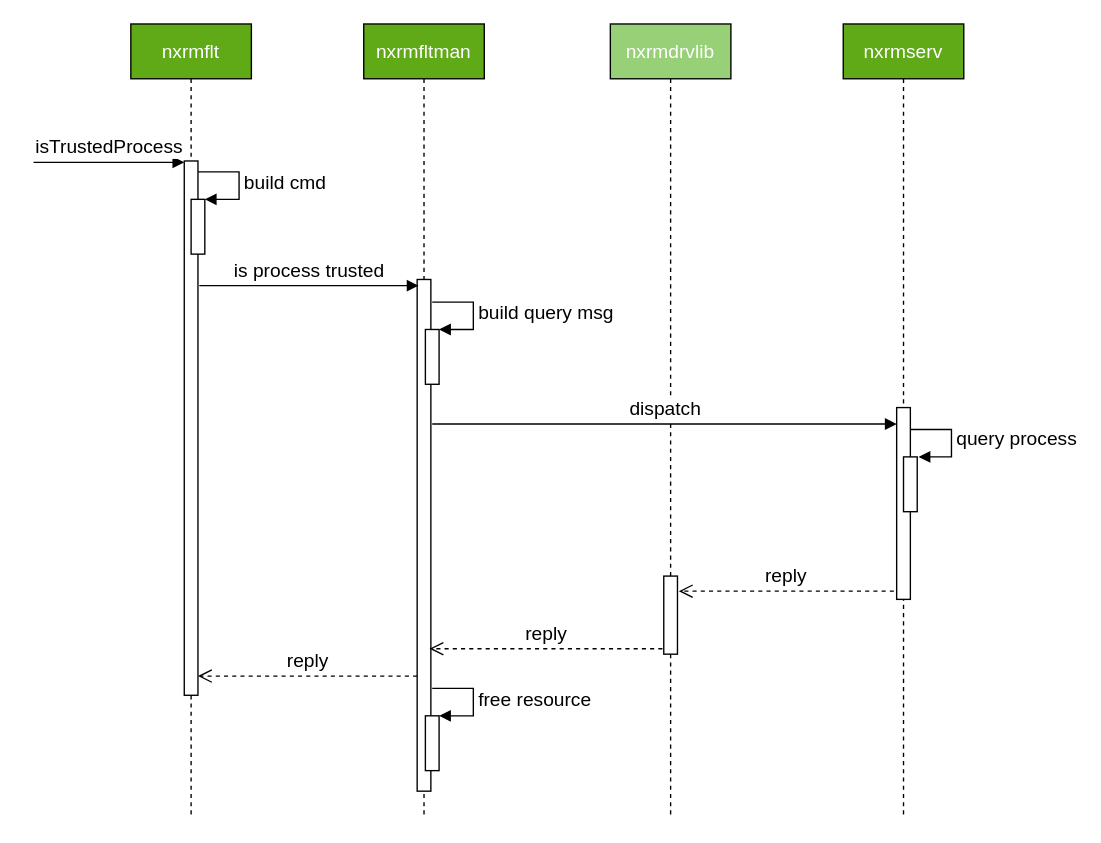
Earlier version of the draw.io diagram page "Page-5" (5 of 5) of ectr_detail.drawio (linfenwen/draw_io). Source tidied: cells renumbered, new cells numbered last; positions are measured from the earlier drawing's top-left corner, leaving out a move shared by most shapes. Both pictures are drawn from the tidied source at 137%, with x=0, y=0 at pixel (33, 23).
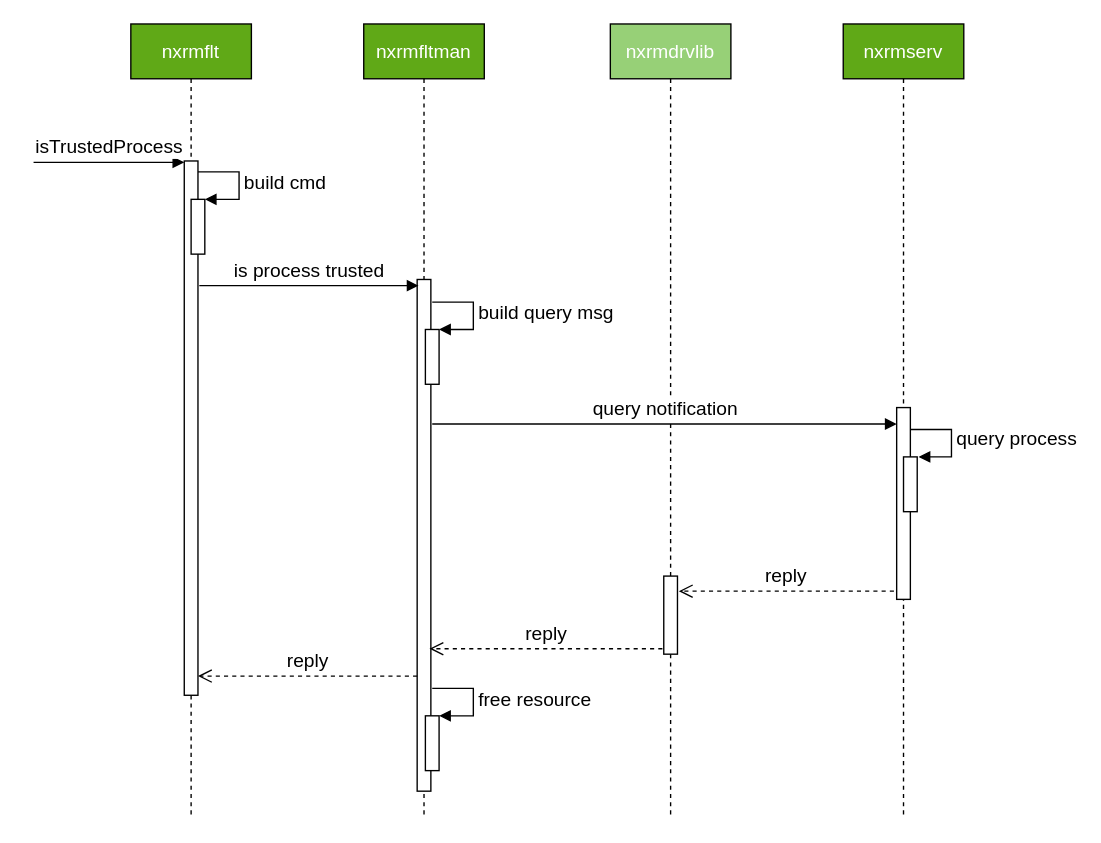
The same page after the edit.

Diff of the diagram source:
```diff
@@
-    <mxCell id="18" value="dispatch" style="html=1;verticalAlign=bottom;endArrow=block;rounded=0;fontSize=14;" parent="1" edge="1">
+    <mxCell id="18" value="query notification" style="html=1;verticalAlign=bottom;endArrow=block;rounded=0;fontSize=14;" parent="1" edge="1">
       <mxGeometry relative="1" as="geometry">
         <mxPoint x="291" y="292" as="sourcePoint" />
         <mxPoint x="630" y="292" as="targetPoint" />
       </mxGeometry>
     </mxCell>
```
